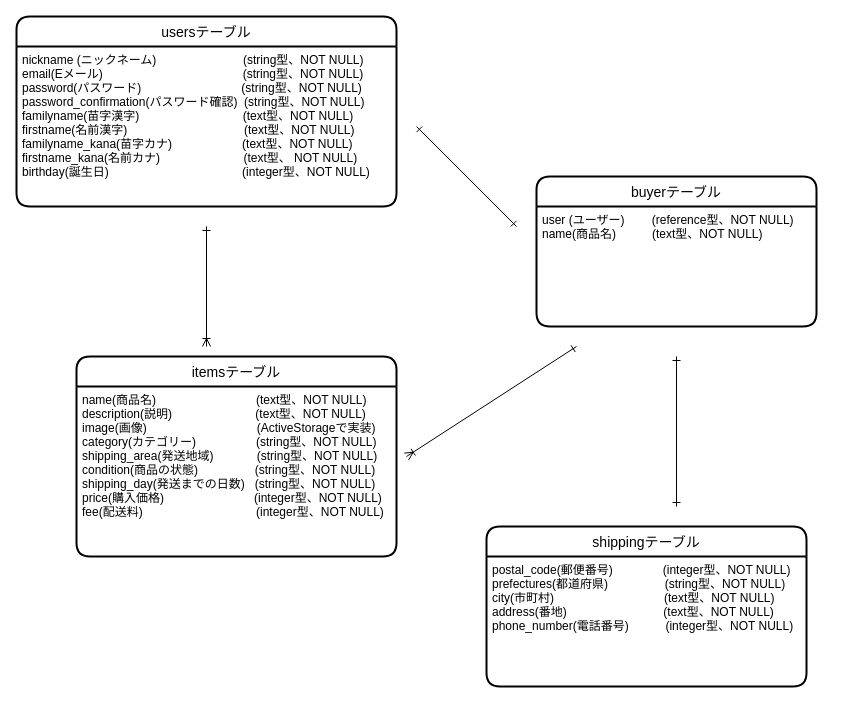
Above: furima-34505.dio in shuuuyan/furima-34505 (draw.io), before the change. Source tidied: cells renumbered, new cells numbered last; positions are measured from the earlier drawing's top-left corner, leaving out a move shared by most shapes. Both pictures are drawn from the tidied source at 100%, with x=0, y=0 at pixel (16, 16).
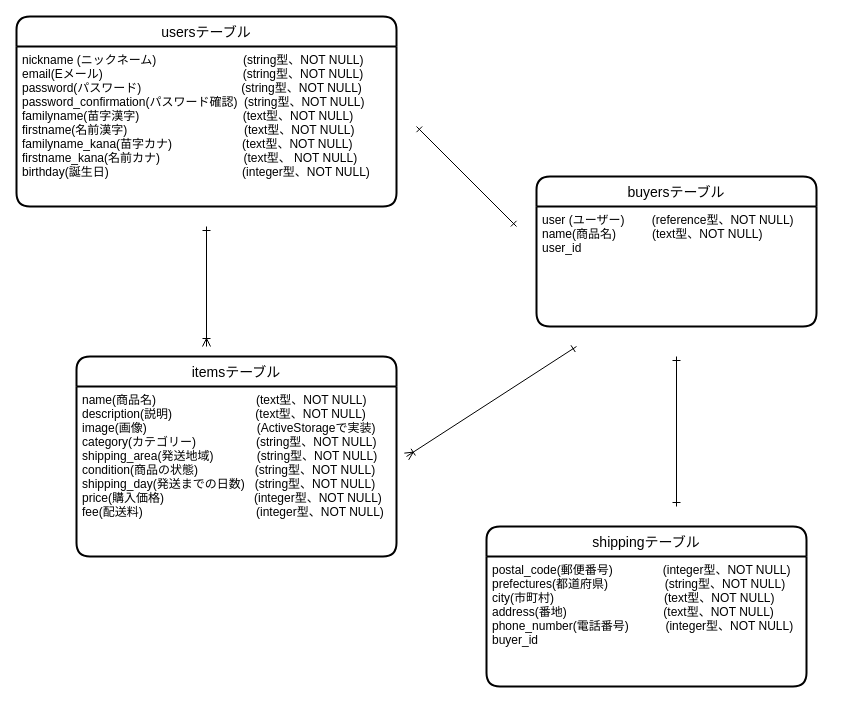
After the change.

Commit message (it also covers changes not shown here):
データベース設計2

Diff of the diagram source:
```diff
@@
 <mxGraphModel>
   <root>
     <mxCell id="0" />
     <mxCell id="1" parent="0" />
     <mxCell id="2" value="usersテーブル" style="swimlane;horizontal=1;startSize=30;rounded=1;fontSize=14;fontStyle=0;strokeWidth=2;shadow=0;dashed=0;align=center;" parent="1" vertex="1">
       <mxGeometry width="380" height="190" as="geometry" />
     </mxCell>
     <mxCell id="3" value="nickname (ニックネーム)                          (string型、NOT NULL)&#10;email(Eメール)                                          (string型、NOT NULL)&#10;password(パスワード)                              (string型、NOT NULL)&#10;password_confirmation(パスワード確認)  (string型、NOT NULL)&#10;familyname(苗字漢字)                               (text型、NOT NULL)&#10;firstname(名前漢字)                                   (text型、NOT NULL)&#10;familyname_kana(苗字カナ)                     (text型、NOT NULL)&#10;firstname_kana(名前カナ)                         (text型、 NOT NULL)&#10;birthday(誕生日)                                        (integer型、NOT NULL)&#10;" style="align=left;strokeColor=none;fillColor=none;spacingLeft=4;fontSize=12;verticalAlign=top;" parent="2" vertex="1">
       <mxGeometry y="30" width="380" height="160" as="geometry" />
     </mxCell>
     <mxCell id="4" value="itemsテーブル" style="swimlane;horizontal=1;startSize=30;rounded=1;fontSize=14;fontStyle=0;strokeWidth=2;shadow=0;dashed=0;align=center;" parent="1" vertex="1">
       <mxGeometry x="60" y="340" width="320" height="200" as="geometry" />
     </mxCell>
     <mxCell id="5" value="name(商品名)                              (text型、NOT NULL)&#10;description(説明)                         (text型、NOT NULL)&#10;image(画像)                                 (ActiveStorageで実装) &#10;category(カテゴリー)                  (string型、NOT NULL)&#10;shipping_area(発送地域)             (string型、NOT NULL)&#10;condition(商品の状態)                 (string型、NOT NULL)&#10;shipping_day(発送までの日数)   (string型、NOT NULL)&#10;price(購入価格)                           (integer型、NOT NULL)&#10;fee(配送料)                                  (integer型、NOT NULL)&#10;&#10;" style="align=left;strokeColor=none;fillColor=none;spacingLeft=4;fontSize=12;verticalAlign=top;" parent="4" vertex="1">
       <mxGeometry y="30" width="320" height="170" as="geometry" />
     </mxCell>
     <mxCell id="6" value="shippingテーブル" style="swimlane;horizontal=1;startSize=30;rounded=1;fontSize=14;fontStyle=0;strokeWidth=2;shadow=0;dashed=0;align=center;" parent="1" vertex="1">
       <mxGeometry x="470" y="510" width="320" height="160" as="geometry" />
     </mxCell>
-    <mxCell id="7" value="postal_code(郵便番号)               (integer型、NOT NULL)&#10;prefectures(都道府県)                 (string型、NOT NULL)                &#10;city(市町村)                                 (text型、NOT NULL)&#10;address(番地)                             (text型、NOT NULL)&#10;phone_number(電話番号)           (integer型、NOT NULL)&#10;" style="align=left;strokeColor=none;fillColor=none;spacingLeft=4;fontSize=12;verticalAlign=top;" parent="6" vertex="1">
+    <mxCell id="7" value="postal_code(郵便番号)               (integer型、NOT NULL)&#10;prefectures(都道府県)                 (string型、NOT NULL)                &#10;city(市町村)                                 (text型、NOT NULL)&#10;address(番地)                             (text型、NOT NULL)&#10;phone_number(電話番号)           (integer型、NOT NULL)&#10;buyer_id&#10;" style="align=left;strokeColor=none;fillColor=none;spacingLeft=4;fontSize=12;verticalAlign=top;" parent="6" vertex="1">
       <mxGeometry y="30" width="320" height="130" as="geometry" />
     </mxCell>
     <mxCell id="8" style="edgeStyle=none;rounded=0;orthogonalLoop=1;jettySize=auto;html=1;startArrow=ERone;startFill=0;endArrow=ERone;endFill=0;" parent="1" edge="1">
       <mxGeometry relative="1" as="geometry">
         <mxPoint x="660" y="340" as="sourcePoint" />
         <mxPoint x="660" y="490" as="targetPoint" />
       </mxGeometry>
     </mxCell>
-    <mxCell id="9" value="buyerテーブル" style="swimlane;horizontal=1;startSize=30;rounded=1;fontSize=14;fontStyle=0;strokeWidth=2;shadow=0;dashed=0;align=center;" parent="1" vertex="1">
+    <mxCell id="9" value="buyersテーブル" style="swimlane;horizontal=1;startSize=30;rounded=1;fontSize=14;fontStyle=0;strokeWidth=2;shadow=0;dashed=0;align=center;" parent="1" vertex="1">
       <mxGeometry x="520" y="160" width="280" height="150" as="geometry" />
     </mxCell>
-    <mxCell id="10" value="user (ユーザー) 　　(reference型、NOT NULL)&#10;name(商品名)　　　(text型、NOT NULL)&#10;" style="align=left;strokeColor=none;fillColor=none;spacingLeft=4;fontSize=12;verticalAlign=top;" parent="9" vertex="1">
+    <mxCell id="10" value="user (ユーザー) 　　(reference型、NOT NULL)&#10;name(商品名)　　　(text型、NOT NULL)&#10;user_id&#10;" style="align=left;strokeColor=none;fillColor=none;spacingLeft=4;fontSize=12;verticalAlign=top;" parent="9" vertex="1">
       <mxGeometry y="30" width="280" height="120" as="geometry" />
     </mxCell>
     <mxCell id="11" style="edgeStyle=orthogonalEdgeStyle;rounded=0;orthogonalLoop=1;jettySize=auto;html=1;endArrow=ERoneToMany;endFill=0;startArrow=ERone;startFill=0;" parent="1" edge="1">
       <mxGeometry relative="1" as="geometry">
         <mxPoint x="190" y="210" as="sourcePoint" />
         <mxPoint x="190" y="330" as="targetPoint" />
       </mxGeometry>
     </mxCell>
     <mxCell id="12" style="edgeStyle=none;rounded=0;orthogonalLoop=1;jettySize=auto;html=1;startArrow=ERoneToMany;startFill=0;endArrow=ERone;endFill=0;" parent="1" edge="1">
       <mxGeometry relative="1" as="geometry">
         <mxPoint x="390" y="440" as="sourcePoint" />
         <mxPoint x="560" y="330" as="targetPoint" />
       </mxGeometry>
     </mxCell>
     <mxCell id="13" style="rounded=0;orthogonalLoop=1;jettySize=auto;html=1;startArrow=ERone;startFill=0;endArrow=ERone;endFill=0;" parent="1" edge="1">
       <mxGeometry relative="1" as="geometry">
         <mxPoint x="500" y="210" as="sourcePoint" />
         <mxPoint x="400" y="110" as="targetPoint" />
       </mxGeometry>
     </mxCell>
   </root>
 </mxGraphModel>
```
